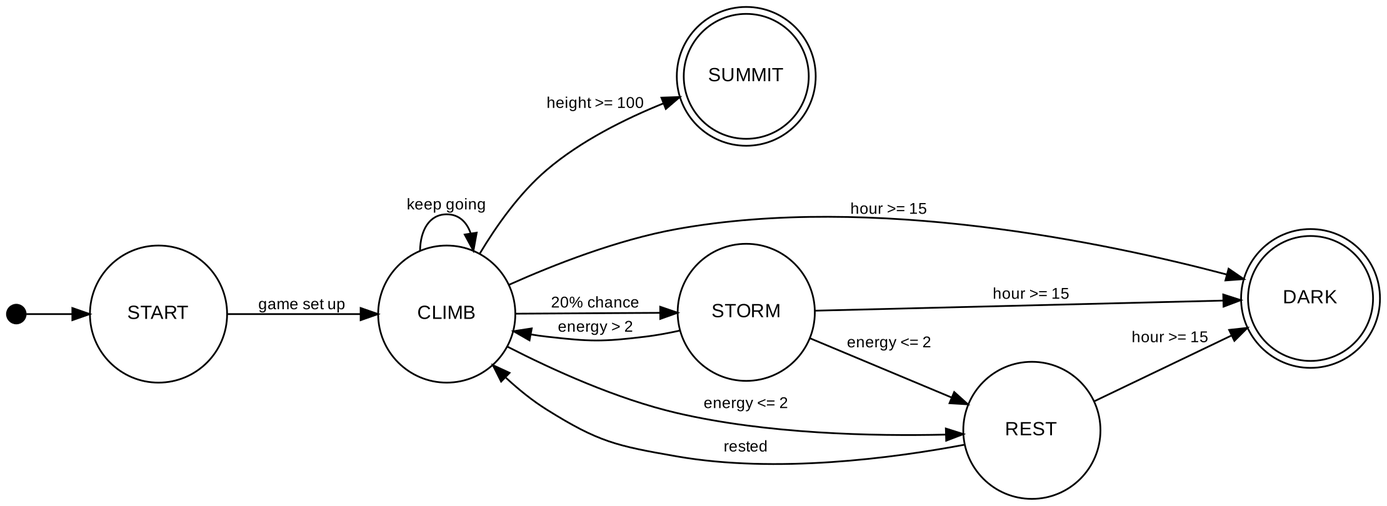
Before: gik2nx-lab1/fsm_model.png, a diagram exported from Graphviz (AliSystemvetenskap/gik339--h24aliha-du.se--labb1). Its source is kept beside it as gik2nx-lab1/fsm_model.dot. The source it was exported from:
```dot
digraph HikeFSM {
  rankdir=LR;
  node [shape=circle, fontname="Arial", fontsize=11, width=1.1, fixedsize=true];
  edge [fontname="Arial", fontsize=9];
  init [shape=point, width=0.15];
  SUMMIT [shape=doublecircle, width=1.0];
  DARK [shape=doublecircle, width=1.0];

  init -> START;
  START -> CLIMB [label="game set up"];
  CLIMB -> CLIMB [label="keep going"];
  CLIMB -> STORM [label="20% chance"];
  CLIMB -> REST [label="energy <= 2"];
  CLIMB -> SUMMIT [label="height >= 100"];
  CLIMB -> DARK [label="hour >= 15"];
  REST -> CLIMB [label="rested"];
  REST -> DARK [label="hour >= 15"];
  STORM -> CLIMB [label="energy > 2"];
  STORM -> REST [label="energy <= 2"];
  STORM -> DARK [label="hour >= 15"];
}
```
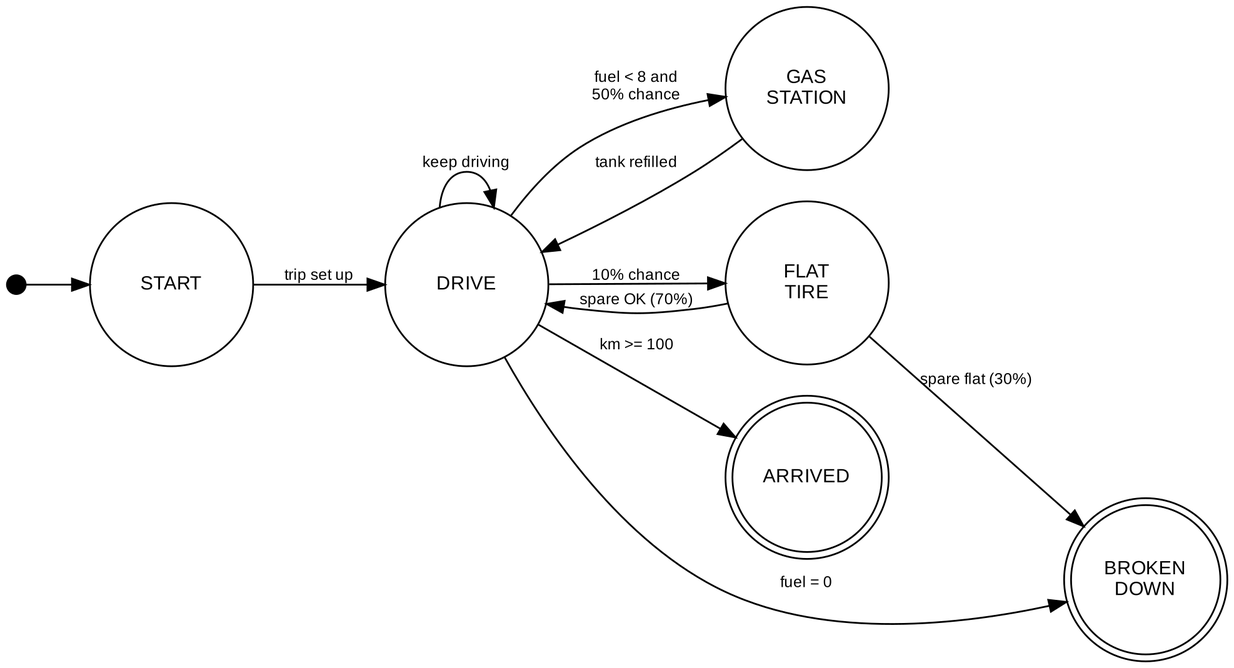
After the commit.

Commit message:
Replace mountain game with simpler car trip game

The edit, as a diff of the source:
```diff
@@ -1,21 +1,21 @@
-digraph HikeFSM {
+digraph TripFSM {
   rankdir=LR;
-  node [shape=circle, fontname="Arial", fontsize=11, width=1.1, fixedsize=true];
+  node [shape=circle, fontname="Arial", fontsize=11, width=1.3, fixedsize=true];
   edge [fontname="Arial", fontsize=9];
   init [shape=point, width=0.15];
-  SUMMIT [shape=doublecircle, width=1.0];
-  DARK [shape=doublecircle, width=1.0];
+  ARRIVED [shape=doublecircle, width=1.2];
+  BROKEN_DOWN [shape=doublecircle, width=1.2, label="BROKEN\nDOWN"];
+  GAS_STATION [label="GAS\nSTATION"];
+  FLAT_TIRE [label="FLAT\nTIRE"];
 
   init -> START;
-  START -> CLIMB [label="game set up"];
-  CLIMB -> CLIMB [label="keep going"];
-  CLIMB -> STORM [label="20% chance"];
-  CLIMB -> REST [label="energy <= 2"];
-  CLIMB -> SUMMIT [label="height >= 100"];
-  CLIMB -> DARK [label="hour >= 15"];
-  REST -> CLIMB [label="rested"];
-  REST -> DARK [label="hour >= 15"];
-  STORM -> CLIMB [label="energy > 2"];
-  STORM -> REST [label="energy <= 2"];
-  STORM -> DARK [label="hour >= 15"];
+  START -> DRIVE [label="trip set up"];
+  DRIVE -> DRIVE [label="keep driving"];
+  DRIVE -> ARRIVED [label="km >= 100"];
+  DRIVE -> BROKEN_DOWN [label="fuel = 0"];
+  DRIVE -> FLAT_TIRE [label="10% chance"];
+  DRIVE -> GAS_STATION [label="fuel < 8 and\n50% chance"];
+  GAS_STATION -> DRIVE [label="tank refilled"];
+  FLAT_TIRE -> DRIVE [label="spare OK (70%)"];
+  FLAT_TIRE -> BROKEN_DOWN [label="spare flat (30%)"];
 }
```
